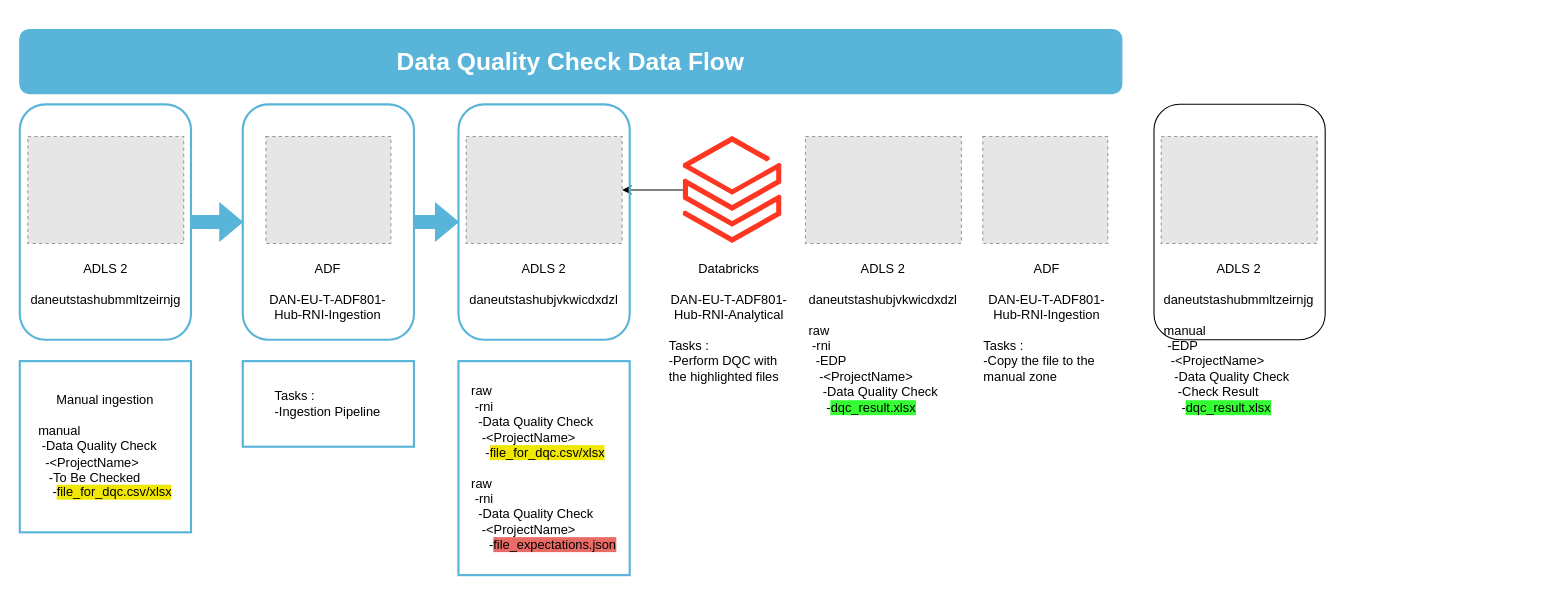
This is Diagram test.drawio from rawaaghali1/Streamlit_Data_Quality_Check, a draw.io file, before an edit. Source tidied: cells renumbered, new cells numbered last; positions are measured from the earlier drawing's top-left corner, leaving out a move shared by most shapes. Both pictures are drawn from the tidied source at 107%, with x=0, y=0 at pixel (19, 29). Pictures stored in the file or linked from it are replaced by grey dashed boxes.
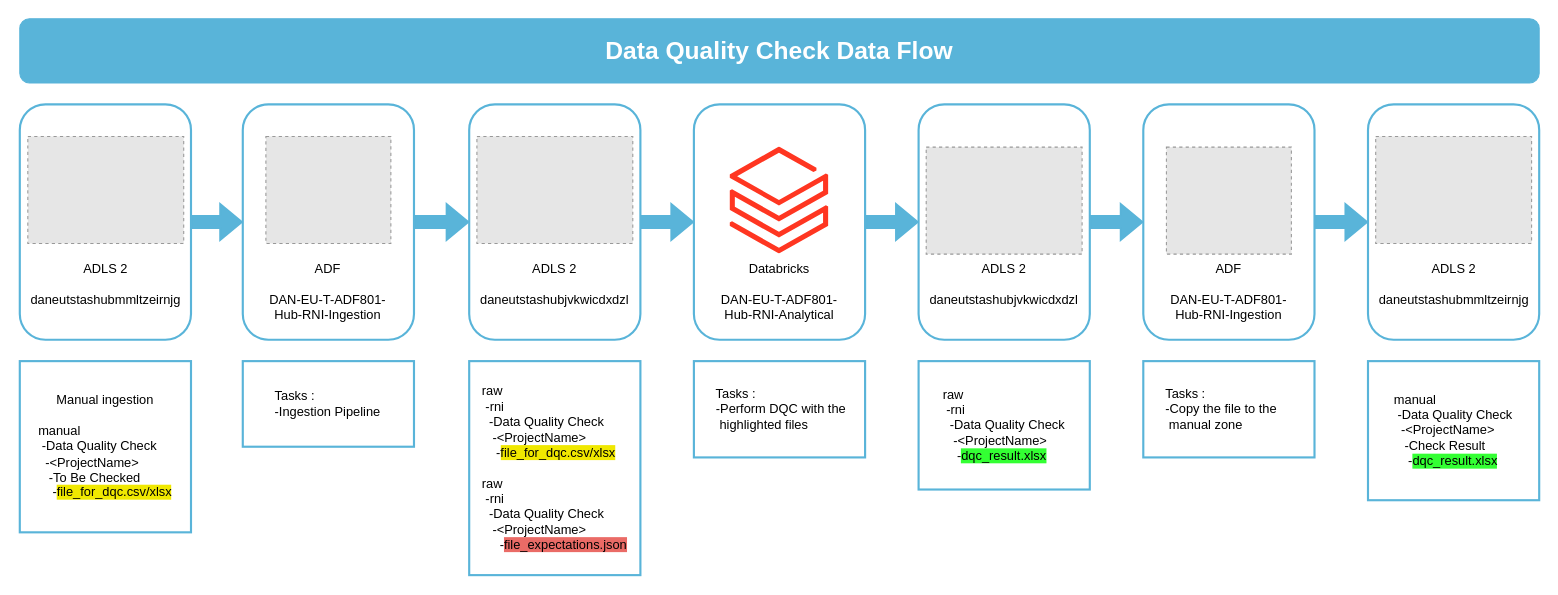
The same page after the edit.

Change to the diagram source:
```diff
@@
-    <mxCell id="2" style="rounded=1;whiteSpace=wrap;html=1;" parent="1" vertex="1">
-      <mxGeometry x="1060" y="70" width="160" height="220" as="geometry" />
-    </mxCell>
@@
     <mxCell id="5" style="fillColor=#E6E6E6;strokeColor=#999999;dashed=1;verticalLabelPosition=bottom;labelBackgroundColor=default;verticalAlign=top;" parent="1" vertex="1">
-      <mxGeometry x="734.3" y="100" width="145.7" height="100" as="geometry" />
+      <mxGeometry x="847.1" y="110" width="145.7" height="100" as="geometry" />
     </mxCell>
-    <mxCell id="6" style="edgeStyle=orthogonalEdgeStyle;rounded=0;jettySize=auto;html=1;" parent="1" edge="1" source="7" target="10">
-      <mxGeometry relative="1" as="geometry" />
-    </mxCell>
     <mxCell id="7" style="image;html=1;points=[];align=center;fontSize=12;image=img/lib/azure2/analytics/Azure_Databricks.svg;" parent="1" vertex="1">
-      <mxGeometry x="620" y="100" width="92.4" height="100" as="geometry" />
+      <mxGeometry x="663.8" y="110" width="92.4" height="100" as="geometry" />
     </mxCell>
@@
     <mxCell id="10" style="fillColor=#E6E6E6;strokeColor=#999999;dashed=1;verticalLabelPosition=bottom;labelBackgroundColor=default;verticalAlign=top;" parent="1" vertex="1">
-      <mxGeometry x="417.2" y="100" width="145.7" height="100" as="geometry" />
+      <mxGeometry x="427.2" y="100" width="145.7" height="100" as="geometry" />
     </mxCell>
     <mxCell id="11" value="ADLS 2&lt;br&gt;&lt;br&gt;daneutstashubjvkwicdxdzl&lt;br&gt;&lt;br&gt;&lt;div style=&quot;text-align: left;&quot;&gt;&lt;br&gt;&lt;/div&gt;&lt;div style=&quot;text-align: left;&quot;&gt;&lt;span style=&quot;background-color: initial;&quot;&gt;&lt;br&gt;&lt;/span&gt;&lt;/div&gt;&lt;div style=&quot;text-align: left;&quot;&gt;&lt;br&gt;&lt;/div&gt;" style="text;strokeColor=none;align=center;fillColor=none;html=1;verticalAlign=top;whiteSpace=wrap;rounded=0;" parent="1" vertex="1">
-      <mxGeometry x="410" y="210" width="160" height="250" as="geometry" />
+      <mxGeometry x="420" y="210" width="160" height="250" as="geometry" />
     </mxCell>
@@
     <mxCell id="13" style="fillColor=#E6E6E6;strokeColor=#999999;dashed=1;verticalLabelPosition=bottom;labelBackgroundColor=default;verticalAlign=top;" parent="1" vertex="1">
-      <mxGeometry x="1066.8" y="100" width="145.7" height="100" as="geometry" />
+      <mxGeometry x="1267.2" y="100" width="145.7" height="100" as="geometry" />
     </mxCell>
-    <mxCell id="14" value="ADLS 2&lt;br&gt;&lt;br&gt;daneutstashubmmltzeirnjg&lt;br&gt;&lt;br&gt;&lt;div style=&quot;text-align: left;&quot;&gt;&lt;div style=&quot;border-color: var(--border-color);&quot;&gt;manual&lt;/div&gt;&lt;div style=&quot;border-color: var(--border-color);&quot;&gt;&amp;nbsp;-EDP&lt;/div&gt;&lt;div style=&quot;border-color: var(--border-color);&quot;&gt;&amp;nbsp; -&amp;lt;ProjectName&amp;gt;&lt;/div&gt;&lt;div style=&quot;border-color: var(--border-color);&quot;&gt;&lt;span style=&quot;border-color: var(--border-color); background-color: initial;&quot;&gt;&amp;nbsp; &amp;nbsp;-Data Quality Check&lt;/span&gt;&lt;/div&gt;&lt;div style=&quot;border-color: var(--border-color);&quot;&gt;&lt;span style=&quot;border-color: var(--border-color); background-color: initial;&quot;&gt;&amp;nbsp; &amp;nbsp; -Check Result&lt;/span&gt;&lt;/div&gt;&lt;div style=&quot;border-color: var(--border-color);&quot;&gt;&lt;span style=&quot;border-color: var(--border-color); background-color: initial;&quot;&gt;&amp;nbsp; &amp;nbsp; &amp;nbsp;&lt;/span&gt;-&lt;span style=&quot;border-color: var(--border-color); background-color: rgb(51, 255, 51);&quot;&gt;dqc_result.xlsx&lt;/span&gt;&lt;/div&gt;&lt;div style=&quot;border-color: var(--border-color);&quot;&gt;&lt;br&gt;&lt;/div&gt;&lt;/div&gt;" style="text;strokeColor=none;align=center;fillColor=none;html=1;verticalAlign=top;whiteSpace=wrap;rounded=0;" parent="1" vertex="1">
-      <mxGeometry x="1059.3" y="210" width="160.7" height="90" as="geometry" />
+    <mxCell id="14" value="ADLS 2&lt;br&gt;&lt;br&gt;daneutstashubmmltzeirnjg&lt;br&gt;&lt;br&gt;&lt;div style=&quot;text-align: left;&quot;&gt;&lt;div style=&quot;border-color: var(--border-color);&quot;&gt;&lt;br&gt;&lt;/div&gt;&lt;/div&gt;" style="text;strokeColor=none;align=center;fillColor=none;html=1;verticalAlign=top;whiteSpace=wrap;rounded=0;" parent="1" vertex="1">
+      <mxGeometry x="1260" y="210" width="160.7" height="90" as="geometry" />
     </mxCell>
     <mxCell id="15" style="fillColor=#E6E6E6;strokeColor=#999999;dashed=1;verticalLabelPosition=bottom;labelBackgroundColor=default;verticalAlign=top;" parent="1" vertex="1">
-      <mxGeometry x="900" y="100" width="116.8" height="100" as="geometry" />
+      <mxGeometry x="1071.6" y="110" width="116.8" height="100" as="geometry" />
     </mxCell>
@@
-    <mxCell id="17" value="Databricks&lt;br&gt;&lt;br&gt;DAN-EU-T-ADF801-Hub-RNI-Analytical&lt;br&gt;&lt;br&gt;&lt;div style=&quot;text-align: left;&quot;&gt;&lt;span style=&quot;background-color: initial;&quot;&gt;Tasks :&lt;/span&gt;&lt;/div&gt;&lt;div style=&quot;text-align: left;&quot;&gt;&lt;span style=&quot;background-color: initial;&quot;&gt;-Perform DQC with the highlighted files&lt;/span&gt;&lt;/div&gt;" style="text;strokeColor=none;align=center;fillColor=none;html=1;verticalAlign=top;whiteSpace=wrap;rounded=0;" parent="1" vertex="1">
-      <mxGeometry x="606.2" y="210" width="113.8" height="90" as="geometry" />
+    <mxCell id="17" value="Databricks&lt;br&gt;&lt;br&gt;DAN-EU-T-ADF801-Hub-RNI-Analytical" style="text;strokeColor=none;align=center;fillColor=none;html=1;verticalAlign=top;whiteSpace=wrap;rounded=0;" parent="1" vertex="1">
+      <mxGeometry x="653.1" y="210" width="113.8" height="90" as="geometry" />
     </mxCell>
-    <mxCell id="18" value="ADLS 2&lt;br&gt;&lt;br&gt;daneutstashubjvkwicdxdzl&lt;br&gt;&lt;br&gt;&lt;div style=&quot;text-align: left;&quot;&gt;raw&lt;/div&gt;&lt;div style=&quot;text-align: left;&quot;&gt;&amp;nbsp;-rni&lt;/div&gt;&lt;div style=&quot;text-align: left;&quot;&gt;&amp;nbsp; -EDP&lt;/div&gt;&lt;div style=&quot;text-align: left;&quot;&gt;&amp;nbsp; &amp;nbsp;-&amp;lt;ProjectName&amp;gt;&lt;/div&gt;&lt;div style=&quot;text-align: left;&quot;&gt;&amp;nbsp; &amp;nbsp; -&lt;span style=&quot;background-color: initial;&quot;&gt;Data Quality Check&lt;/span&gt;&lt;/div&gt;&lt;div style=&quot;text-align: left;&quot;&gt;&amp;nbsp; &amp;nbsp; &amp;nbsp;-&lt;span style=&quot;background-color: rgb(51, 255, 51);&quot;&gt;dqc_result.xlsx&lt;/span&gt;&lt;/div&gt;" style="text;strokeColor=none;align=center;fillColor=none;html=1;verticalAlign=top;whiteSpace=wrap;rounded=0;" parent="1" vertex="1">
-      <mxGeometry x="727.1" y="210" width="160" height="250" as="geometry" />
+    <mxCell id="18" value="ADLS 2&lt;br&gt;&lt;br&gt;daneutstashubjvkwicdxdzl&lt;br&gt;&lt;br&gt;&lt;div style=&quot;text-align: left;&quot;&gt;&lt;br&gt;&lt;/div&gt;" style="text;strokeColor=none;align=center;fillColor=none;html=1;verticalAlign=top;whiteSpace=wrap;rounded=0;" parent="1" vertex="1">
+      <mxGeometry x="840" y="210" width="160" height="250" as="geometry" />
     </mxCell>
-    <mxCell id="19" value="ADF&lt;br&gt;&lt;br&gt;DAN-EU-T-ADF801-Hub-RNI-Ingestion&lt;br&gt;&lt;br&gt;&lt;div style=&quot;text-align: left;&quot;&gt;&lt;span style=&quot;background-color: initial;&quot;&gt;Tasks :&lt;/span&gt;&lt;/div&gt;&lt;div style=&quot;text-align: left;&quot;&gt;-Copy the file to the manual zone&lt;/div&gt;" style="text;strokeColor=none;align=center;fillColor=none;html=1;verticalAlign=top;whiteSpace=wrap;rounded=0;" parent="1" vertex="1">
-      <mxGeometry x="900" y="210" width="120" height="90" as="geometry" />
+    <mxCell id="19" value="ADF&lt;br&gt;&lt;br&gt;DAN-EU-T-ADF801-Hub-RNI-Ingestion&lt;br&gt;" style="text;strokeColor=none;align=center;fillColor=none;html=1;verticalAlign=top;whiteSpace=wrap;rounded=0;" parent="1" vertex="1">
+      <mxGeometry x="1070" y="210" width="120" height="70" as="geometry" />
     </mxCell>
     <mxCell id="20" value="&lt;font color=&quot;#ffffff&quot; style=&quot;font-size: 23px;&quot;&gt;&lt;b&gt;Data Quality Check Data Flow&lt;/b&gt;&lt;/font&gt;" style="rounded=1;whiteSpace=wrap;html=1;fillColor=#59b4d9;strokeColor=#59b4d9;" parent="1" vertex="1">
-      <mxGeometry width="1030" height="60" as="geometry" />
+      <mxGeometry y="-10" width="1420" height="60" as="geometry" />
     </mxCell>
@@
+    <mxCell id="27" style="edgeStyle=orthogonalEdgeStyle;rounded=0;jettySize=auto;html=1;exitX=1;exitY=0.5;exitDx=0;exitDy=0;entryX=0;entryY=0.5;entryDx=0;entryDy=0;shape=flexArrow;fillColor=#59b4d9;strokeWidth=2;strokeColor=#59b4d9;" parent="1" edge="1" source="25" target="30">
+      <mxGeometry relative="1" as="geometry" />
+    </mxCell>
     <mxCell id="25" style="rounded=1;whiteSpace=wrap;html=1;fillColor=none;strokeColor=#59b4d9;strokeWidth=2;" parent="1" vertex="1">
-      <mxGeometry x="410" y="70" width="160" height="220" as="geometry" />
+      <mxGeometry x="420" y="70" width="160" height="220" as="geometry" />
     </mxCell>
     <mxCell id="26" value="&lt;div style=&quot;border-color: var(--border-color); text-align: left;&quot;&gt;&lt;div style=&quot;border-color: var(--border-color);&quot;&gt;raw&lt;/div&gt;&lt;div style=&quot;border-color: var(--border-color);&quot;&gt;&amp;nbsp;-rni&lt;/div&gt;&lt;div style=&quot;border-color: var(--border-color);&quot;&gt;&amp;nbsp; -Data Quality Check&lt;/div&gt;&lt;div style=&quot;border-color: var(--border-color);&quot;&gt;&amp;nbsp; &amp;nbsp;-&amp;lt;ProjectName&amp;gt;&lt;/div&gt;&lt;div style=&quot;border-color: var(--border-color);&quot;&gt;&lt;span style=&quot;border-color: var(--border-color); background-color: initial;&quot;&gt;&amp;nbsp; &amp;nbsp; -&lt;/span&gt;&lt;span style=&quot;border-color: var(--border-color); background-color: rgb(240, 232, 0);&quot;&gt;file_for_dqc.csv/xlsx&lt;/span&gt;&lt;/div&gt;&lt;div style=&quot;border-color: var(--border-color);&quot;&gt;&lt;div style=&quot;border-color: var(--border-color);&quot;&gt;&lt;span style=&quot;border-color: var(--border-color); background-color: initial;&quot;&gt;&lt;br&gt;&lt;/span&gt;&lt;/div&gt;&lt;div style=&quot;border-color: var(--border-color);&quot;&gt;&lt;span style=&quot;border-color: var(--border-color); background-color: initial;&quot;&gt;raw&lt;/span&gt;&lt;br style=&quot;border-color: var(--border-color);&quot;&gt;&lt;/div&gt;&lt;div style=&quot;border-color: var(--border-color);&quot;&gt;&amp;nbsp;-rni&lt;/div&gt;&lt;div style=&quot;border-color: var(--border-color);&quot;&gt;&amp;nbsp; -Data Quality Check&lt;/div&gt;&lt;div style=&quot;border-color: var(--border-color);&quot;&gt;&amp;nbsp; &amp;nbsp;-&amp;lt;ProjectName&amp;gt;&lt;/div&gt;&lt;/div&gt;&lt;div style=&quot;border-color: var(--border-color);&quot;&gt;&lt;span style=&quot;border-color: var(--border-color); background-color: initial;&quot;&gt;&amp;nbsp; &amp;nbsp; &amp;nbsp;-&lt;/span&gt;&lt;span style=&quot;border-color: var(--border-color); background-color: rgb(234, 107, 102);&quot;&gt;file_expectations.json&lt;/span&gt;&lt;/div&gt;&lt;/div&gt;" style="rounded=0;whiteSpace=wrap;html=1;strokeColor=#59b4d9;strokeWidth=2;" parent="1" vertex="1">
-      <mxGeometry x="410" y="310" width="160" height="200" as="geometry" />
+      <mxGeometry x="420" y="310" width="160" height="200" as="geometry" />
     </mxCell>
+    <mxCell id="28" value="&lt;div style=&quot;border-color: var(--border-color);&quot;&gt;&lt;div style=&quot;border-color: var(--border-color);&quot;&gt;&lt;div style=&quot;text-align: left; border-color: var(--border-color);&quot;&gt;&amp;nbsp; &amp;nbsp; &amp;nbsp; Tasks :&lt;/div&gt;&lt;div style=&quot;text-align: left; border-color: var(--border-color);&quot;&gt;&lt;span style=&quot;border-color: var(--border-color); background-color: initial;&quot;&gt;&amp;nbsp; &amp;nbsp; &amp;nbsp; -Perform DQC with the&amp;nbsp; &amp;nbsp; &amp;nbsp; &amp;nbsp; &amp;nbsp; &amp;nbsp;highlighted files&lt;/span&gt;&lt;/div&gt;&lt;/div&gt;&lt;/div&gt;" style="rounded=0;whiteSpace=wrap;html=1;strokeColor=#59b4d9;strokeWidth=2;align=center;" parent="1" vertex="1">
+      <mxGeometry x="630" y="310" width="160" height="90" as="geometry" />
+    </mxCell>
+    <mxCell id="29" style="edgeStyle=orthogonalEdgeStyle;rounded=0;jettySize=auto;html=1;exitX=1;exitY=0.5;exitDx=0;exitDy=0;entryX=0;entryY=0.5;entryDx=0;entryDy=0;shape=flexArrow;fillColor=#59b4d9;strokeColor=#59b4d9;strokeWidth=2;" parent="1" edge="1" source="30" target="32">
+      <mxGeometry relative="1" as="geometry" />
+    </mxCell>
+    <mxCell id="30" style="rounded=1;whiteSpace=wrap;html=1;fillColor=none;strokeColor=#59b4d9;strokeWidth=2;" parent="1" vertex="1">
+      <mxGeometry x="630" y="70" width="160" height="220" as="geometry" />
+    </mxCell>
+    <mxCell id="31" style="edgeStyle=orthogonalEdgeStyle;rounded=0;jettySize=auto;html=1;exitX=1;exitY=0.5;exitDx=0;exitDy=0;entryX=0;entryY=0.5;entryDx=0;entryDy=0;strokeColor=#59b4d9;shape=flexArrow;fillColor=#59b4d9;strokeWidth=2;" parent="1" edge="1" source="32" target="35">
+      <mxGeometry relative="1" as="geometry" />
+    </mxCell>
+    <mxCell id="32" style="rounded=1;whiteSpace=wrap;html=1;fillColor=none;strokeColor=#59b4d9;strokeWidth=2;" parent="1" vertex="1">
+      <mxGeometry x="840" y="70" width="160" height="220" as="geometry" />
+    </mxCell>
+    <mxCell id="33" value="&lt;div style=&quot;border-color: var(--border-color); text-align: left;&quot;&gt;raw&lt;/div&gt;&lt;div style=&quot;border-color: var(--border-color); text-align: left;&quot;&gt;&amp;nbsp;-rni&lt;/div&gt;&lt;div style=&quot;border-color: var(--border-color); text-align: left;&quot;&gt;&amp;nbsp; -Data Quality Check&lt;/div&gt;&lt;div style=&quot;border-color: var(--border-color); text-align: left;&quot;&gt;&amp;nbsp; &amp;nbsp;-&amp;lt;ProjectName&amp;gt;&lt;/div&gt;&lt;div style=&quot;border-color: var(--border-color); text-align: left;&quot;&gt;&lt;span style=&quot;background-color: initial;&quot;&gt;&amp;nbsp; &amp;nbsp; -&lt;/span&gt;&lt;span style=&quot;border-color: var(--border-color); background-color: rgb(51, 255, 51);&quot;&gt;dqc_result.xlsx&lt;/span&gt;&lt;br&gt;&lt;/div&gt;" style="rounded=0;whiteSpace=wrap;html=1;strokeColor=#59b4d9;strokeWidth=2;" parent="1" vertex="1">
+      <mxGeometry x="840" y="310" width="160" height="120" as="geometry" />
+    </mxCell>
+    <mxCell id="34" style="edgeStyle=orthogonalEdgeStyle;rounded=0;jettySize=auto;html=1;exitX=1;exitY=0.5;exitDx=0;exitDy=0;entryX=0;entryY=0.5;entryDx=0;entryDy=0;shape=flexArrow;fillColor=#59b4d9;strokeColor=#59b4d9;strokeWidth=2;" parent="1" edge="1" source="35" target="37">
+      <mxGeometry relative="1" as="geometry" />
+    </mxCell>
+    <mxCell id="35" style="rounded=1;whiteSpace=wrap;html=1;fillColor=none;strokeColor=#59b4d9;strokeWidth=2;" parent="1" vertex="1">
+      <mxGeometry x="1050" y="70" width="160" height="220" as="geometry" />
+    </mxCell>
+    <mxCell id="36" value="&lt;div style=&quot;border-color: var(--border-color);&quot;&gt;&lt;div style=&quot;border-color: var(--border-color);&quot;&gt;&lt;div style=&quot;text-align: left; border-color: var(--border-color);&quot;&gt;&amp;nbsp; &amp;nbsp; &amp;nbsp;&amp;nbsp;Tasks :&lt;/div&gt;&lt;div style=&quot;border-color: var(--border-color); text-align: left;&quot;&gt;&amp;nbsp; &amp;nbsp; &amp;nbsp; -Copy the file to the&amp;nbsp; &amp;nbsp; &amp;nbsp; &amp;nbsp; &amp;nbsp; &amp;nbsp; &amp;nbsp; &amp;nbsp; &amp;nbsp;manual zone&lt;/div&gt;&lt;/div&gt;&lt;/div&gt;" style="rounded=0;whiteSpace=wrap;html=1;strokeColor=#59b4d9;strokeWidth=2;align=center;" parent="1" vertex="1">
+      <mxGeometry x="1050" y="310" width="160" height="90" as="geometry" />
+    </mxCell>
+    <mxCell id="37" style="rounded=1;whiteSpace=wrap;html=1;fillColor=none;strokeColor=#59b4d9;strokeWidth=2;" parent="1" vertex="1">
+      <mxGeometry x="1260" y="70" width="160" height="220" as="geometry" />
+    </mxCell>
+    <mxCell id="38" value="&lt;div style=&quot;border-color: var(--border-color); text-align: left;&quot;&gt;&lt;div style=&quot;border-color: var(--border-color);&quot;&gt;manual&lt;/div&gt;&lt;div style=&quot;border-color: var(--border-color);&quot;&gt;&amp;nbsp;-Data Quality Check&lt;/div&gt;&lt;div style=&quot;border-color: var(--border-color);&quot;&gt;&amp;nbsp; -&amp;lt;ProjectName&amp;gt;&lt;/div&gt;&lt;div style=&quot;border-color: var(--border-color);&quot;&gt;&lt;span style=&quot;background-color: initial;&quot;&gt;&amp;nbsp; &amp;nbsp;-Check Result&lt;/span&gt;&lt;br&gt;&lt;/div&gt;&lt;div style=&quot;border-color: var(--border-color);&quot;&gt;&lt;span style=&quot;border-color: var(--border-color); background-color: initial;&quot;&gt;&amp;nbsp; &amp;nbsp;&amp;nbsp;&lt;/span&gt;-&lt;span style=&quot;border-color: var(--border-color); background-color: rgb(51, 255, 51);&quot;&gt;dqc_result.xlsx&lt;/span&gt;&lt;/div&gt;&lt;/div&gt;" style="rounded=0;whiteSpace=wrap;html=1;strokeColor=#59b4d9;strokeWidth=2;" parent="1" vertex="1">
+      <mxGeometry x="1260" y="310" width="160" height="130" as="geometry" />
+    </mxCell>
```
